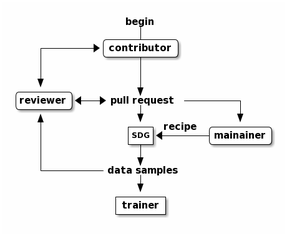
Above: docs/review-process.png in instructlab/taxonomy (PlantUML), before the change. Its source is kept beside it as docs/review-process.puml. Its diagram source:
```plantuml
@startditaa
                  begin
                    |
              /-----+-----\
    +-------->|contributor|
    |         \-----+-----/
    |               |
    |               |
    v               |
/--------\          v
|reviewer|<--->pull request---------+
\--------/          |               |
    ^               v               v
    |             +---+ recipe /---------\
    |             |SDG|<-------+mainainer|
    |             +-+-+        \---------/
    |               |
    |               v
    +----------data samples
                    |
                    v
                +-------+
                |trainer|
                +-------+
@endditaa
```
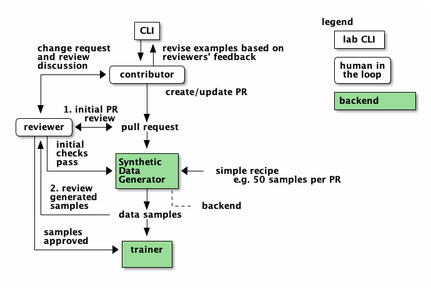
Later version of the same file.

Commit message:
docs: update review-process and add backend flowcharts

What changed in the source:
```diff
@@ -1,25 +1,31 @@
 @startditaa
-                  begin
-                    |
-              /-----+-----\
-    +-------->|contributor|
-    |         \-----+-----/
-    |               |
-    |               |
-    v               |
-/--------\          v
-|reviewer|<--->pull request---------+
-\--------/          |               |
-    ^               v               v
-    |             +---+ recipe /---------\
-    |             |SDG|<-------+mainainer|
-    |             +-+-+        \---------/
-    |               |
-    |               v
-    +----------data samples
-                    |
-                    v
-                +-------+
-                |trainer|
-                +-------+
+                   +---+                         legend
+                   |CLI|                           +-------+
+                   ++--+                           |lab CLI|
+    change request  | ^ revise examples based on   +-------+
+    and review      v | reviewers' feedback        /--------\
+    discussion /------+----\                       |human in|
+    +--------->|contributor|                       |the loop|
+    |          \-----+-----/                       \--------/
+    |                | create/update PR            +------------+
+    |                |                             |backend cGRE|
+    v 1. initial PR  |                             +------------+
+/--------\ review    v
+|reviewer|<---->pull request
+\--+-+---/           |
+   |^| initial       v
+   ||| checks   +---------+
+   ||| pass     |Synthetic|
+   ||+--------->|Data cGRE|<---simple recipe
+   ||           |Generator|      e.g. 50 samples per PR
+   || 2. review +----+---++
+   || generated      |   :
+   || samples        v   +-=- backend
+   |+-----------data samples
+   |                 |
+   | samples         v
+   | approved    +-------+
+   +------------>|trainer|
+                 |   cGRE|
+                 +-------+
 @endditaa
```
